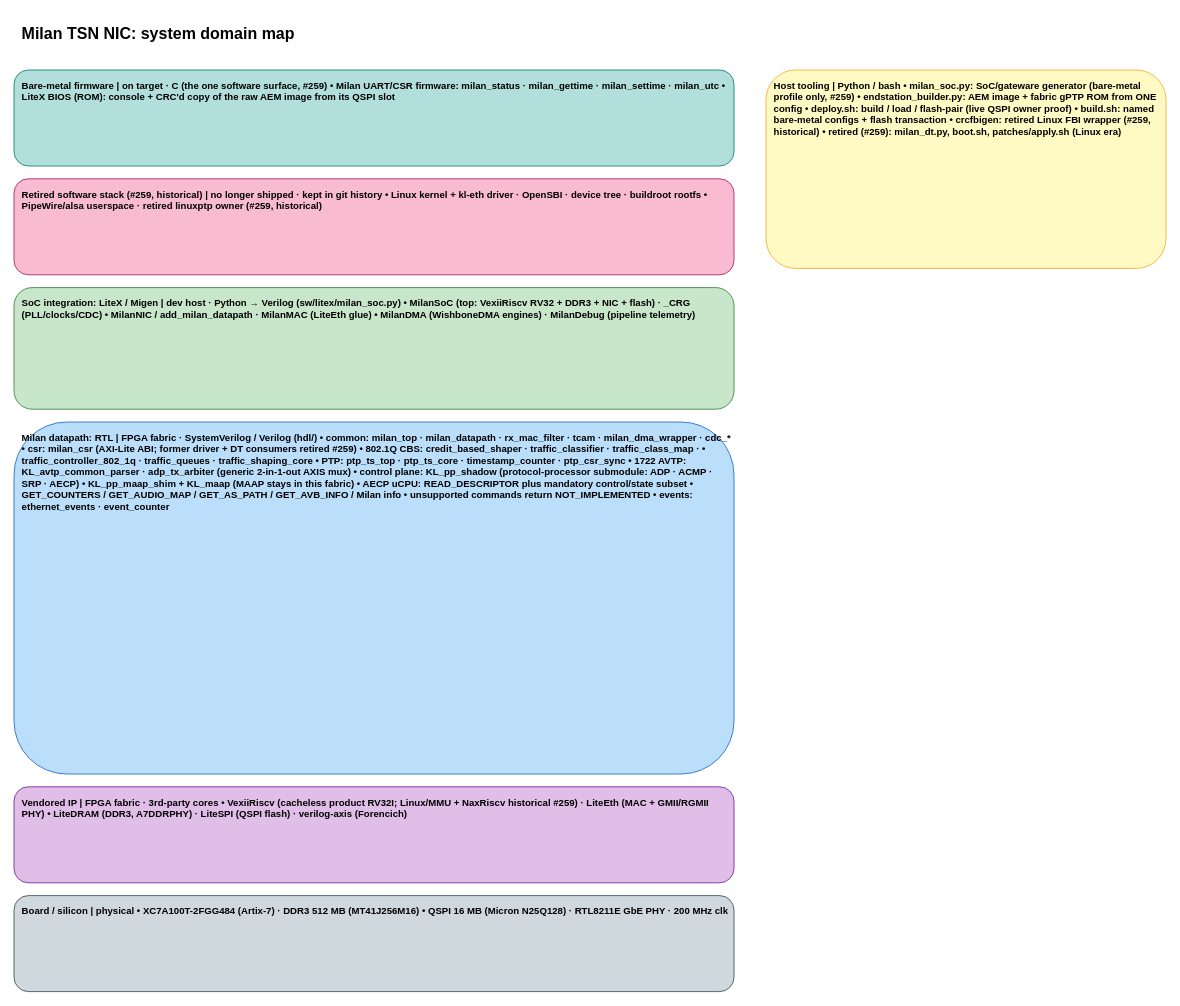
kebag-logic/milan-fpga keeps this draw.io diagram as docs/SYSTEM_DOMAIN_MAP.drawio. Above is the earlier version. Source tidied: cells renumbered, new cells numbered last; positions are measured from the earlier drawing's top-left corner, leaving out a move shared by most shapes. Both pictures are drawn from the tidied source at 80%, with x=0, y=0 at pixel (14, 14).
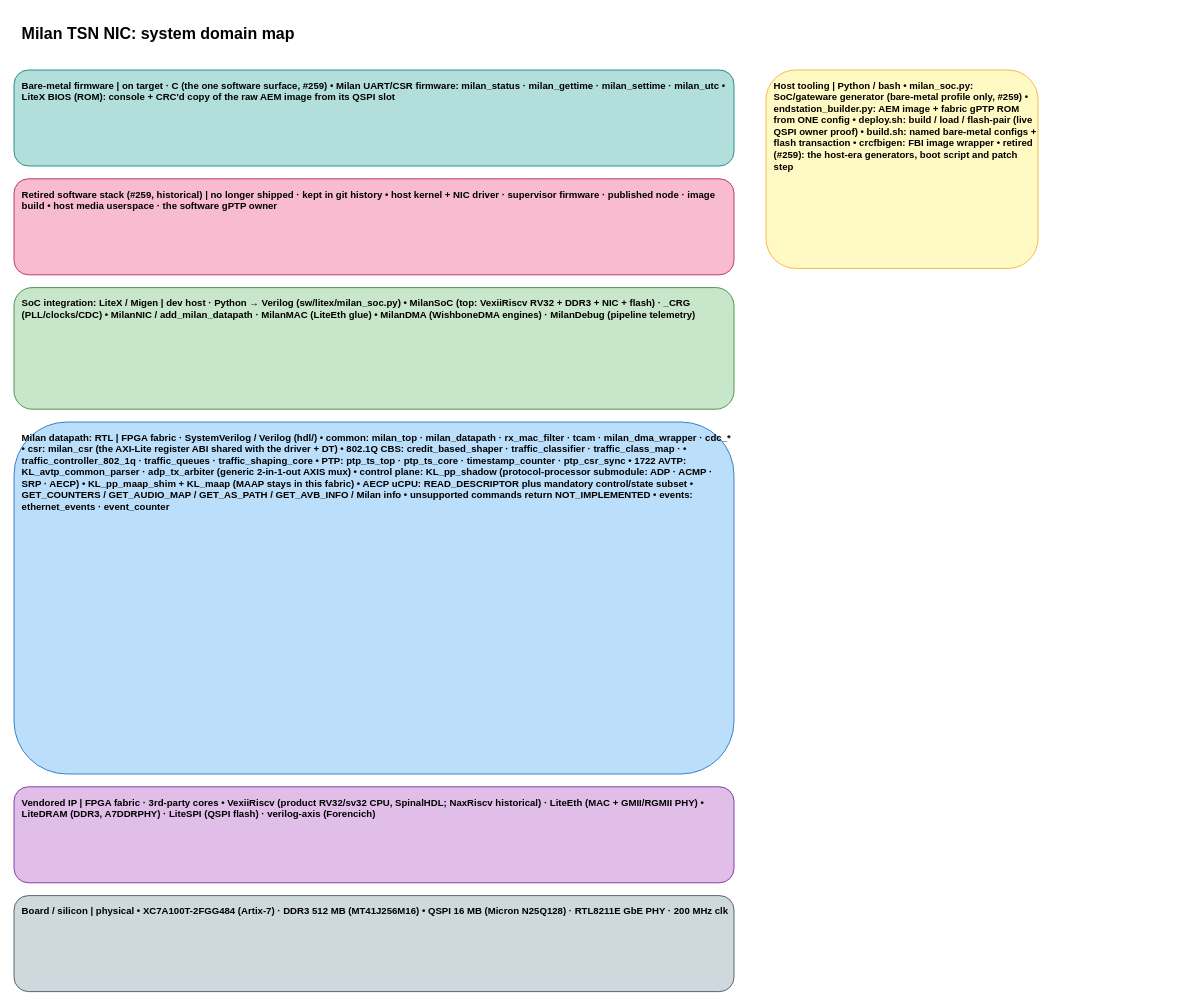
Above is the later version.

Change to the diagram source:
```diff
@@
 <mxGraphModel>
   <root>
     <mxCell id="0" />
     <mxCell id="1" parent="0" />
     <mxCell id="2" value="Milan TSN NIC: system domain map" style="rounded=1;whiteSpace=wrap;html=1;fillColor=none;strokeColor=none;fontSize=20;align=left;verticalAlign=top;spacingLeft=8;spacingTop=6;fontStyle=1;" parent="1" vertex="1">
       <mxGeometry width="700" height="30" as="geometry" />
     </mxCell>
     <mxCell id="3" value="Bare-metal firmware   |   on target · C (the one software surface, #259)  • Milan UART/CSR firmware: milan_status · milan_gettime · milan_settime · milan_utc • LiteX BIOS (ROM): console + CRC'd copy of the raw AEM image from its QSPI slot" style="rounded=1;whiteSpace=wrap;html=1;fillColor=#B2DFDB;strokeColor=#00796B;fontSize=12;align=left;verticalAlign=top;spacingLeft=8;spacingTop=6;fontStyle=1;" parent="1" vertex="1">
       <mxGeometry y="70" width="900" height="120" as="geometry" />
     </mxCell>
-    <mxCell id="4" value="Retired software stack (#259, historical)   |   no longer shipped · kept in git history  • Linux kernel + kl-eth driver · OpenSBI · device tree · buildroot rootfs • PipeWire/alsa userspace · retired linuxptp owner (#259, historical)" style="rounded=1;whiteSpace=wrap;html=1;fillColor=#F8BBD0;strokeColor=#AD1457;fontSize=12;align=left;verticalAlign=top;spacingLeft=8;spacingTop=6;fontStyle=1;" parent="1" vertex="1">
+    <mxCell id="4" value="Retired software stack (#259, historical)   |   no longer shipped · kept in git history  • host kernel + NIC driver · supervisor firmware · published node · image build • host media userspace · the software gPTP owner" style="rounded=1;whiteSpace=wrap;html=1;fillColor=#F8BBD0;strokeColor=#AD1457;fontSize=12;align=left;verticalAlign=top;spacingLeft=8;spacingTop=6;fontStyle=1;" parent="1" vertex="1">
       <mxGeometry y="206" width="900" height="120" as="geometry" />
     </mxCell>
     <mxCell id="5" value="SoC integration: LiteX / Migen   |   dev host · Python → Verilog  (sw/litex/milan_soc.py)  • MilanSoC (top: VexiiRiscv RV32 + DDR3 + NIC + flash)   ·   _CRG (PLL/clocks/CDC) • MilanNIC / add_milan_datapath   ·   MilanMAC (LiteEth glue) • MilanDMA (WishboneDMA engines)   ·   MilanDebug (pipeline telemetry)" style="rounded=1;whiteSpace=wrap;html=1;fillColor=#C8E6C9;strokeColor=#2E7D32;fontSize=12;align=left;verticalAlign=top;spacingLeft=8;spacingTop=6;fontStyle=1;" parent="1" vertex="1">
       <mxGeometry y="342" width="900" height="152" as="geometry" />
     </mxCell>
-    <mxCell id="6" value="Milan datapath: RTL   |   FPGA fabric · SystemVerilog / Verilog  (hdl/)  • common: milan_top · milan_datapath · rx_mac_filter · tcam · milan_dma_wrapper · cdc_* • csr: milan_csr  (AXI-Lite ABI; former driver + DT consumers retired #259) • 802.1Q CBS: credit_based_shaper · traffic_classifier · traffic_class_map · •             traffic_controller_802_1q · traffic_queues · traffic_shaping_core • PTP: ptp_ts_top · ptp_ts_core · timestamp_counter · ptp_csr_sync • 1722 AVTP: KL_avtp_common_parser   ·   adp_tx_arbiter (generic 2-in-1-out AXIS mux) • control plane: KL_pp_shadow (protocol-processor submodule: ADP · ACMP · SRP · AECP) •                KL_pp_maap_shim + KL_maap  (MAAP stays in this fabric) •                AECP uCPU: READ_DESCRIPTOR plus mandatory control/state subset •                GET_COUNTERS / GET_AUDIO_MAP / GET_AS_PATH / GET_AVB_INFO / Milan info •                unsupported commands return NOT_IMPLEMENTED • events: ethernet_events · event_counter" style="rounded=1;whiteSpace=wrap;html=1;fillColor=#BBDEFB;strokeColor=#1565C0;fontSize=12;align=left;verticalAlign=top;spacingLeft=8;spacingTop=6;fontStyle=1;" parent="1" vertex="1">
+    <mxCell id="6" value="Milan datapath: RTL   |   FPGA fabric · SystemVerilog / Verilog  (hdl/)  • common: milan_top · milan_datapath · rx_mac_filter · tcam · milan_dma_wrapper · cdc_* • csr: milan_csr  (the AXI-Lite register ABI shared with the driver + DT) • 802.1Q CBS: credit_based_shaper · traffic_classifier · traffic_class_map · •             traffic_controller_802_1q · traffic_queues · traffic_shaping_core • PTP: ptp_ts_top · ptp_ts_core · timestamp_counter · ptp_csr_sync • 1722 AVTP: KL_avtp_common_parser   ·   adp_tx_arbiter (generic 2-in-1-out AXIS mux) • control plane: KL_pp_shadow (protocol-processor submodule: ADP · ACMP · SRP · AECP) •                KL_pp_maap_shim + KL_maap  (MAAP stays in this fabric) •                AECP uCPU: READ_DESCRIPTOR plus mandatory control/state subset •                GET_COUNTERS / GET_AUDIO_MAP / GET_AS_PATH / GET_AVB_INFO / Milan info •                unsupported commands return NOT_IMPLEMENTED • events: ethernet_events · event_counter" style="rounded=1;whiteSpace=wrap;html=1;fillColor=#BBDEFB;strokeColor=#1565C0;fontSize=12;align=left;verticalAlign=top;spacingLeft=8;spacingTop=6;fontStyle=1;" parent="1" vertex="1">
       <mxGeometry y="510" width="900" height="440" as="geometry" />
     </mxCell>
-    <mxCell id="7" value="Vendored IP   |   FPGA fabric · 3rd-party cores  • VexiiRiscv (cacheless product RV32I; Linux/MMU + NaxRiscv historical #259)   ·   LiteEth (MAC + GMII/RGMII PHY) • LiteDRAM (DDR3, A7DDRPHY)   ·   LiteSPI (QSPI flash)   ·   verilog-axis (Forencich)" style="rounded=1;whiteSpace=wrap;html=1;fillColor=#E1BEE7;strokeColor=#6A1B9A;fontSize=12;align=left;verticalAlign=top;spacingLeft=8;spacingTop=6;fontStyle=1;" parent="1" vertex="1">
+    <mxCell id="7" value="Vendored IP   |   FPGA fabric · 3rd-party cores  • VexiiRiscv (product RV32/sv32 CPU, SpinalHDL; NaxRiscv historical)   ·   LiteEth (MAC + GMII/RGMII PHY) • LiteDRAM (DDR3, A7DDRPHY)   ·   LiteSPI (QSPI flash)   ·   verilog-axis (Forencich)" style="rounded=1;whiteSpace=wrap;html=1;fillColor=#E1BEE7;strokeColor=#6A1B9A;fontSize=12;align=left;verticalAlign=top;spacingLeft=8;spacingTop=6;fontStyle=1;" parent="1" vertex="1">
       <mxGeometry y="966" width="900" height="120" as="geometry" />
     </mxCell>
     <mxCell id="8" value="Board / silicon   |   physical  • XC7A100T-2FGG484 (Artix-7)  ·  DDR3 512 MB (MT41J256M16) • QSPI 16 MB (Micron N25Q128)  ·  RTL8211E GbE PHY  ·  200 MHz clk" style="rounded=1;whiteSpace=wrap;html=1;fillColor=#CFD8DC;strokeColor=#37474F;fontSize=12;align=left;verticalAlign=top;spacingLeft=8;spacingTop=6;fontStyle=1;" parent="1" vertex="1">
       <mxGeometry y="1102" width="900" height="120" as="geometry" />
     </mxCell>
-    <mxCell id="9" value="Host tooling   |   Python / bash  • milan_soc.py: SoC/gateware generator (bare-metal profile only, #259) • endstation_builder.py: AEM image + fabric gPTP ROM from ONE config • deploy.sh: build / load / flash-pair (live QSPI owner proof) • build.sh: named bare-metal configs + flash transaction • crcfbigen: retired Linux FBI wrapper (#259, historical) • retired (#259): milan_dt.py, boot.sh, patches/apply.sh (Linux era)" style="rounded=1;whiteSpace=wrap;html=1;fillColor=#FFF9C4;strokeColor=#F9A825;fontSize=12;align=left;verticalAlign=top;spacingLeft=8;spacingTop=6;fontStyle=1;" parent="1" vertex="1">
-      <mxGeometry x="940" y="70" width="500" height="248" as="geometry" />
+    <mxCell id="9" value="Host tooling   |   Python / bash  • milan_soc.py: SoC/gateware generator (bare-metal profile only, #259) • endstation_builder.py: AEM image + fabric gPTP ROM from ONE config • deploy.sh: build / load / flash-pair (live QSPI owner proof) • build.sh: named bare-metal configs + flash transaction • crcfbigen: FBI image wrapper • retired (#259): the host-era generators, boot script and patch step" style="rounded=1;whiteSpace=wrap;html=1;fillColor=#FFF9C4;strokeColor=#F9A825;fontSize=12;align=left;verticalAlign=top;spacingLeft=8;spacingTop=6;fontStyle=1;" parent="1" vertex="1">
+      <mxGeometry x="940" y="70" width="340" height="248" as="geometry" />
     </mxCell>
   </root>
 </mxGraphModel>
```
